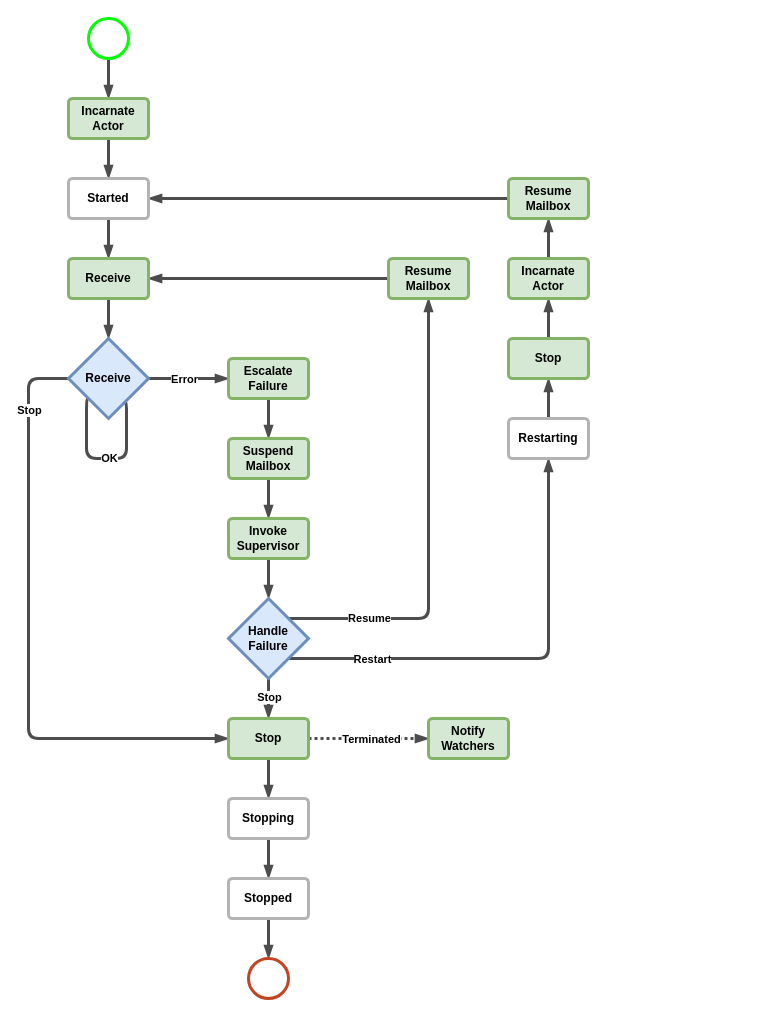
Before: page "3_1_1" (9 of 19) of hugo/content/docs/images/diagrams.drawio in asynkron/protoactor-website, a draw.io diagram. Source tidied: cells renumbered, new cells numbered last; positions are measured from the earlier drawing's top-left corner, leaving out a move shared by most shapes. Both pictures are drawn from the tidied source at 100%, with x=0, y=0 at pixel (28, 18).
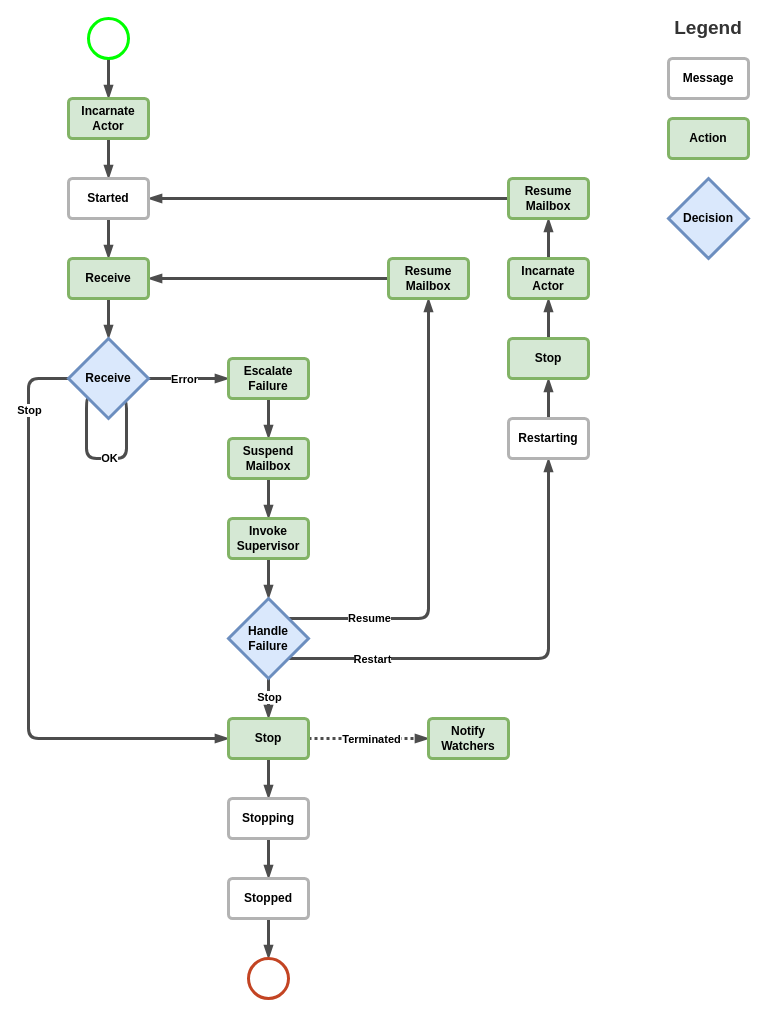
The same diagram, later.

What changed in the source:
```diff
@@
+    <mxCell id="48" value="Message" style="rounded=1;whiteSpace=wrap;html=1;fontStyle=1;arcSize=10;strokeWidth=3;shadow=0;strokeColor=#B3B3B3;" parent="1" vertex="1">
+      <mxGeometry x="640" y="40" width="80" height="40" as="geometry" />
+    </mxCell>
+    <mxCell id="49" value="Action" style="rounded=1;whiteSpace=wrap;html=1;fontStyle=1;arcSize=10;strokeColor=#82b366;strokeWidth=3;fillColor=#d5e8d4;" parent="1" vertex="1">
+      <mxGeometry x="640" y="100" width="80" height="40" as="geometry" />
+    </mxCell>
+    <mxCell id="50" value="Decision" style="rhombus;whiteSpace=wrap;html=1;fillColor=#dae8fc;strokeColor=#6c8ebf;strokeWidth=3;fontStyle=1;" parent="1" vertex="1">
+      <mxGeometry x="640" y="160" width="80" height="80" as="geometry" />
+    </mxCell>
+    <mxCell id="51" value="Legend" style="text;html=1;strokeColor=none;fillColor=none;align=center;verticalAlign=middle;whiteSpace=wrap;rounded=0;shadow=0;glass=0;fontSize=19;fontColor=#333333;fontStyle=1;" parent="1" vertex="1">
+      <mxGeometry x="640" width="80" height="20" as="geometry" />
+    </mxCell>
```
